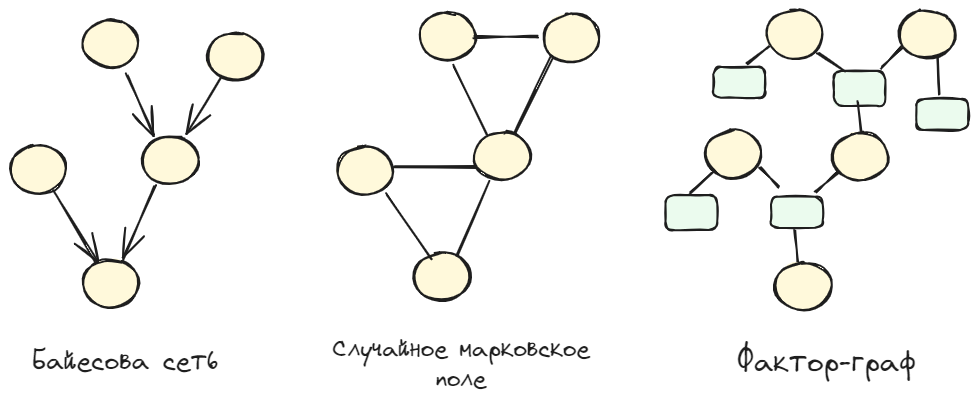
Before: diplom/assets/math/discrete/equivavalence.excalidraw.png, a diagram exported from Excalidraw (NMashalov/EducationGenerativeModelApplication). Source tidied: one line per element, renumbered; positions are measured from the earlier drawing's top-left corner, leaving out a move shared by most shapes. Source of this version:
```json
{"id": 0, "type": "ellipse", "strokeColor": "#1e1e1e", "backgroundColor": "#fff9db", "fillStyle": "solid", "strokeWidth": 2, "roughness": 1, "round": true, "x": 73, "y": 9, "width": 56, "height": 48}
{"id": 1, "type": "arrow", "strokeColor": "#1e1e1e", "strokeWidth": 2, "roughness": 1, "endArrowhead": "arrow", "round": true, "from": 0, "to": 11, "x": 116, "y": 65, "width": 27, "height": 60, "points": [[0, 0], [27, 60]]}
{"id": 2, "type": "arrow", "strokeColor": "#1e1e1e", "strokeWidth": 2, "roughness": 1, "endArrowhead": "arrow", "round": true, "to": 11, "x": 212, "y": 65, "width": 34, "height": 57, "points": [[0, 0], [-34, 57]]}
{"id": 3, "type": "arrow", "strokeColor": "#1e1e1e", "strokeWidth": 2, "roughness": 1, "endArrowhead": "arrow", "round": true, "from": 11, "to": 12, "x": 145, "y": 177, "width": 32, "height": 73, "points": [[0, 0], [-32, 73]]}
{"id": 4, "type": "arrow", "strokeColor": "#1e1e1e", "strokeWidth": 2, "roughness": 1, "endArrowhead": "arrow", "round": true, "x": 42, "y": 179, "width": 45, "height": 75, "points": [[0, 0], [45, 75]]}
{"id": 5, "type": "line", "strokeColor": "#1e1e1e", "strokeWidth": 2, "roughness": 1, "round": true, "x": 447, "y": 247, "width": 31, "height": 76, "points": [[0, 0], [31, -76]]}
{"id": 6, "type": "line", "strokeColor": "#1e1e1e", "strokeWidth": 2, "roughness": 1, "round": true, "x": 476, "y": 125, "width": 34, "height": 69, "points": [[0, 0], [-34, -69]]}
{"id": 7, "type": "line", "strokeColor": "#1e1e1e", "strokeWidth": 2, "roughness": 1, "round": true, "x": 505, "y": 122, "width": 38, "height": 78, "points": [[0, 0], [38, -78]]}
{"id": 8, "type": "line", "strokeColor": "#1e1e1e", "strokeWidth": 2, "roughness": 1, "round": true, "x": 927, "y": 45, "width": 2, "height": 39, "points": [[0, 0], [2, 39]]}
{"id": 9, "type": "rectangle", "strokeColor": "#1e1e1e", "backgroundColor": "#ebfbee", "fillStyle": "solid", "strokeWidth": 2, "roughness": 1, "round": true, "x": 906, "y": 89, "width": 52, "height": 31}
{"id": 10, "type": "ellipse", "strokeColor": "#1e1e1e", "backgroundColor": "#fff9db", "fillStyle": "solid", "strokeWidth": 2, "roughness": 1, "round": true, "x": 197, "y": 22, "width": 56, "height": 48}
{"id": 11, "type": "ellipse", "strokeColor": "#1e1e1e", "backgroundColor": "#fff9db", "fillStyle": "solid", "strokeWidth": 2, "roughness": 1, "round": true, "x": 132, "y": 126, "width": 56, "height": 48}
{"id": 12, "type": "ellipse", "strokeColor": "#1e1e1e", "backgroundColor": "#fff9db", "fillStyle": "solid", "strokeWidth": 2, "roughness": 1, "round": true, "x": 73, "y": 250, "width": 56, "height": 48}
{"id": 13, "type": "ellipse", "strokeColor": "#1e1e1e", "backgroundColor": "#fff9db", "fillStyle": "solid", "strokeWidth": 2, "roughness": 1, "round": true, "x": 0, "y": 136, "width": 56, "height": 48}
{"id": 14, "type": "ellipse", "strokeColor": "#1e1e1e", "backgroundColor": "#fff9db", "fillStyle": "solid", "strokeWidth": 2, "roughness": 1, "round": true, "x": 409, "y": 3, "width": 56, "height": 48}
{"id": 15, "type": "ellipse", "strokeColor": "#1e1e1e", "backgroundColor": "#fff9db", "fillStyle": "solid", "strokeWidth": 2, "roughness": 1, "round": true, "x": 533, "y": 3, "width": 56, "height": 49}
{"id": 16, "type": "ellipse", "strokeColor": "#1e1e1e", "backgroundColor": "#fff9db", "fillStyle": "solid", "strokeWidth": 2, "roughness": 1, "round": true, "x": 464, "y": 122, "width": 56, "height": 48}
{"id": 17, "type": "ellipse", "strokeColor": "#1e1e1e", "backgroundColor": "#fff9db", "fillStyle": "solid", "strokeWidth": 2, "roughness": 1, "round": true, "x": 404, "y": 243, "width": 56, "height": 48}
{"id": 18, "type": "ellipse", "strokeColor": "#1e1e1e", "backgroundColor": "#fff9db", "fillStyle": "solid", "strokeWidth": 2, "roughness": 1, "round": true, "x": 327, "y": 136, "width": 56, "height": 48}
{"id": 19, "type": "line", "strokeColor": "#1e1e1e", "strokeWidth": 2, "roughness": 1, "round": true, "x": 420, "y": 248, "width": 44, "height": 64, "points": [[0, 0], [-44, -64]]}
{"id": 20, "type": "line", "strokeColor": "#1e1e1e", "strokeWidth": 2, "roughness": 1, "round": true, "x": 384, "y": 157, "width": 82, "height": 0, "points": [[0, 0], [82, 0]]}
{"id": 21, "type": "line", "strokeColor": "#1e1e1e", "strokeWidth": 2, "roughness": 1, "round": true, "x": 463, "y": 27, "width": 64, "height": 0, "points": [[0, 0], [64, 0]]}
{"id": 22, "type": "rectangle", "strokeColor": "#1e1e1e", "backgroundColor": "#ebfbee", "fillStyle": "solid", "strokeWidth": 2, "roughness": 1, "round": true, "x": 761, "y": 187, "width": 52, "height": 31}
{"id": 23, "type": "line", "strokeColor": "#1e1e1e", "backgroundColor": "#ebfbee", "fillStyle": "solid", "strokeWidth": 2, "roughness": 1, "round": true, "x": 750, "y": 157, "width": 18, "height": 20, "points": [[0, 0], [18, 20]]}
{"id": 24, "type": "rectangle", "strokeColor": "#1e1e1e", "backgroundColor": "#ebfbee", "fillStyle": "solid", "strokeWidth": 2, "roughness": 1, "round": true, "x": 656, "y": 185, "width": 52, "height": 35}
{"id": 25, "type": "rectangle", "strokeColor": "#1e1e1e", "backgroundColor": "#ebfbee", "fillStyle": "solid", "strokeWidth": 2, "roughness": 1, "round": true, "x": 703, "y": 57, "width": 52, "height": 31}
{"id": 26, "type": "rectangle", "strokeColor": "#1e1e1e", "backgroundColor": "#ebfbee", "fillStyle": "solid", "strokeWidth": 2, "roughness": 1, "round": true, "x": 824, "y": 61, "width": 52, "height": 35}
{"id": 27, "type": "line", "strokeColor": "#1e1e1e", "backgroundColor": "#ebfbee", "fillStyle": "solid", "strokeWidth": 2, "roughness": 1, "round": true, "x": 806, "y": 182, "width": 23, "height": 21, "points": [[0, 0], [23, -21]]}
{"id": 28, "type": "line", "strokeColor": "#1e1e1e", "backgroundColor": "#ebfbee", "fillStyle": "solid", "strokeWidth": 2, "roughness": 1, "round": true, "x": 788, "y": 253, "width": 3, "height": 33, "points": [[0, 0], [-3, -33]]}
{"id": 29, "type": "line", "strokeColor": "#1e1e1e", "backgroundColor": "#ebfbee", "fillStyle": "solid", "strokeWidth": 2, "roughness": 1, "round": true, "x": 679, "y": 183, "width": 23, "height": 21, "points": [[0, 0], [23, -21]]}
{"id": 30, "type": "line", "strokeColor": "#1e1e1e", "backgroundColor": "#ebfbee", "fillStyle": "solid", "strokeWidth": 2, "roughness": 1, "round": true, "x": 871, "y": 57, "width": 23, "height": 21, "points": [[0, 0], [23, -21]]}
{"id": 31, "type": "line", "strokeColor": "#1e1e1e", "backgroundColor": "#ebfbee", "fillStyle": "solid", "strokeWidth": 2, "roughness": 1, "round": true, "x": 807, "y": 42, "width": 26, "height": 18, "points": [[0, 0], [26, 18]]}
{"id": 32, "type": "line", "strokeColor": "#1e1e1e", "backgroundColor": "#ebfbee", "fillStyle": "solid", "strokeWidth": 2, "roughness": 1, "round": true, "x": 738, "y": 55, "width": 23, "height": 21, "points": [[0, 0], [23, -21]]}
{"id": 33, "type": "line", "strokeColor": "#1e1e1e", "backgroundColor": "#ebfbee", "fillStyle": "solid", "strokeWidth": 2, "roughness": 1, "round": true, "x": 851, "y": 125, "width": 3, "height": 33, "points": [[0, 0], [-3, -33]]}
{"id": 34, "type": "ellipse", "strokeColor": "#1e1e1e", "backgroundColor": "#fff9db", "fillStyle": "solid", "strokeWidth": 2, "roughness": 1, "round": true, "x": 695, "y": 120, "width": 56, "height": 48}
{"id": 35, "type": "ellipse", "strokeColor": "#1e1e1e", "backgroundColor": "#fff9db", "fillStyle": "solid", "strokeWidth": 2, "roughness": 1, "round": true, "x": 765, "y": 252, "width": 56, "height": 48}
{"id": 36, "type": "ellipse", "strokeColor": "#1e1e1e", "backgroundColor": "#fff9db", "fillStyle": "solid", "strokeWidth": 2, "roughness": 1, "round": true, "x": 822, "y": 122, "width": 56, "height": 48}
{"id": 37, "type": "ellipse", "strokeColor": "#1e1e1e", "backgroundColor": "#fff9db", "fillStyle": "solid", "strokeWidth": 2, "roughness": 1, "round": true, "x": 889, "y": 0, "width": 56, "height": 48}
{"id": 38, "type": "ellipse", "strokeColor": "#1e1e1e", "backgroundColor": "#fff9db", "fillStyle": "solid", "strokeWidth": 2, "roughness": 1, "round": true, "x": 757, "y": 0, "width": 56, "height": 48}
{"id": 39, "type": "text", "text": "Байесова сеть", "strokeColor": "#1e1e1e", "backgroundColor": "#ebfbee", "fillStyle": "solid", "strokeWidth": 2, "roughness": 1, "fontSize": 26.44, "fontFamily": 1, "x": 22, "y": 336, "width": 187, "height": 33}
{"id": 40, "type": "text", "text": "Случайное марковское\nполе", "strokeColor": "#1e1e1e", "backgroundColor": "#ebfbee", "fillStyle": "solid", "strokeWidth": 2, "roughness": 1, "fontSize": 24.14, "fontFamily": 1, "textAlign": "center", "x": 322, "y": 325, "width": 257, "height": 60}
{"id": 41, "type": "text", "text": "Фактор-граф", "strokeColor": "#1e1e1e", "backgroundColor": "#ebfbee", "fillStyle": "solid", "strokeWidth": 2, "roughness": 1, "fontSize": 29.2, "fontFamily": 1, "textAlign": "center", "x": 727, "y": 336, "width": 178, "height": 36}
```
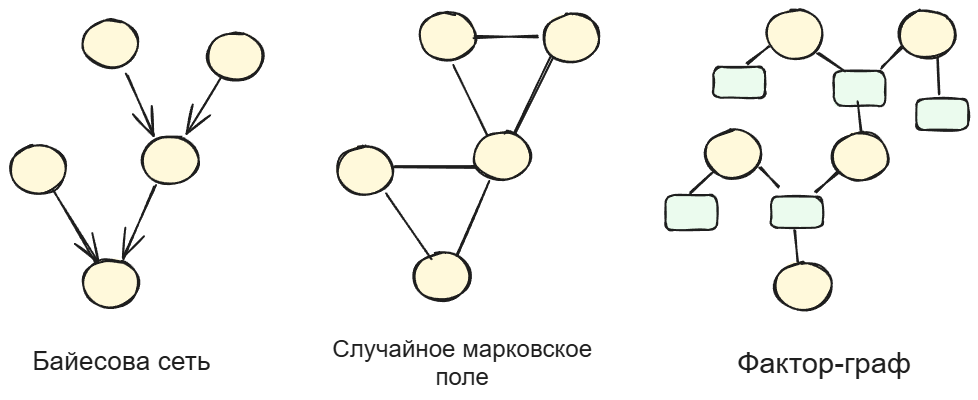
Later version of the same file.

Change to the diagram source:
```diff
@@ -37,6 +37,6 @@
 {"id": 36, "type": "ellipse", "strokeColor": "#1e1e1e", "backgroundColor": "#fff9db", "fillStyle": "solid", "strokeWidth": 2, "roughness": 1, "round": true, "x": 822, "y": 122, "width": 56, "height": 48}
 {"id": 37, "type": "ellipse", "strokeColor": "#1e1e1e", "backgroundColor": "#fff9db", "fillStyle": "solid", "strokeWidth": 2, "roughness": 1, "round": true, "x": 889, "y": 0, "width": 56, "height": 48}
 {"id": 38, "type": "ellipse", "strokeColor": "#1e1e1e", "backgroundColor": "#fff9db", "fillStyle": "solid", "strokeWidth": 2, "roughness": 1, "round": true, "x": 757, "y": 0, "width": 56, "height": 48}
-{"id": 39, "type": "text", "text": "Байесова сеть", "strokeColor": "#1e1e1e", "backgroundColor": "#ebfbee", "fillStyle": "solid", "strokeWidth": 2, "roughness": 1, "fontSize": 26.44, "fontFamily": 1, "x": 22, "y": 336, "width": 187, "height": 33}
+{"id": 39, "type": "text", "text": "Байесова сеть", "strokeColor": "#1e1e1e", "backgroundColor": "#ebfbee", "fillStyle": "solid", "strokeWidth": 2, "roughness": 1, "fontSize": 26.44, "fontFamily": 2, "x": 22, "y": 336, "width": 178, "height": 30}
-{"id": 40, "type": "text", "text": "Случайное марковское\nполе", "strokeColor": "#1e1e1e", "backgroundColor": "#ebfbee", "fillStyle": "solid", "strokeWidth": 2, "roughness": 1, "fontSize": 24.14, "fontFamily": 1, "textAlign": "center", "x": 322, "y": 325, "width": 257, "height": 60}
+{"id": 40, "type": "text", "text": "Случайное марковское\nполе", "strokeColor": "#1e1e1e", "backgroundColor": "#ebfbee", "fillStyle": "solid", "strokeWidth": 2, "roughness": 1, "fontSize": 24.14, "fontFamily": 2, "textAlign": "center", "x": 322, "y": 325, "width": 260, "height": 56}
-{"id": 41, "type": "text", "text": "Фактор-граф", "strokeColor": "#1e1e1e", "backgroundColor": "#ebfbee", "fillStyle": "solid", "strokeWidth": 2, "roughness": 1, "fontSize": 29.2, "fontFamily": 1, "textAlign": "center", "x": 727, "y": 336, "width": 178, "height": 36}
+{"id": 41, "type": "text", "text": "Фактор-граф", "strokeColor": "#1e1e1e", "backgroundColor": "#ebfbee", "fillStyle": "solid", "strokeWidth": 2, "roughness": 1, "fontSize": 29.2, "fontFamily": 2, "textAlign": "center", "x": 727, "y": 336, "width": 174, "height": 34}
```
